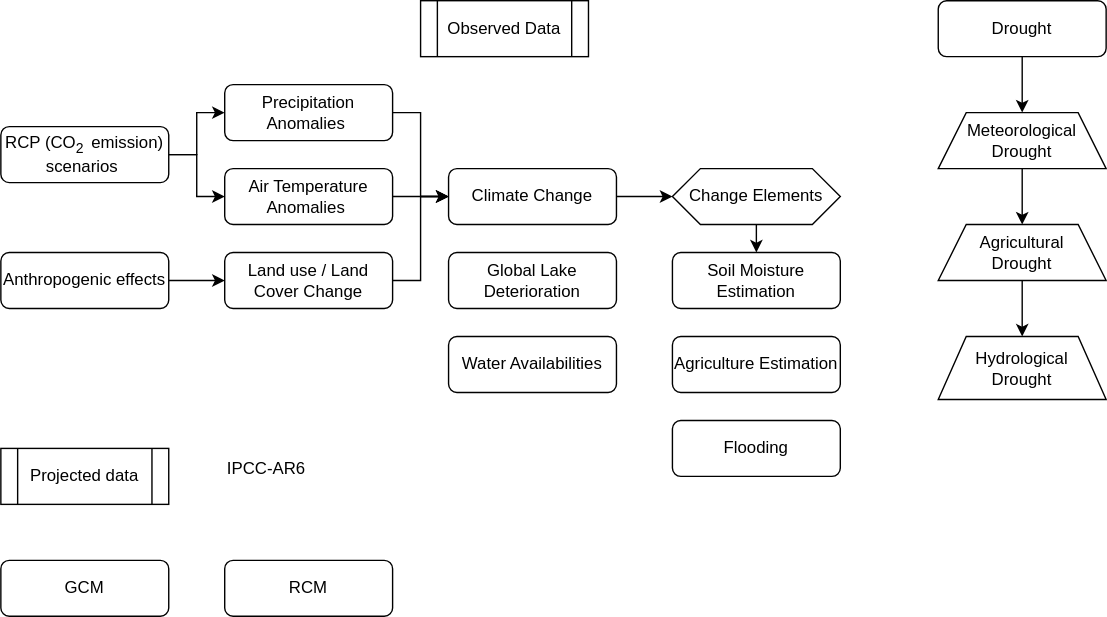
Earlier version of the draw.io export DAMRL.svg (anixn/Diagrams.net). Source tidied: cells renumbered, new cells last; positions are measured from the earlier drawing's top-left corner, leaving out a move shared by most shapes.
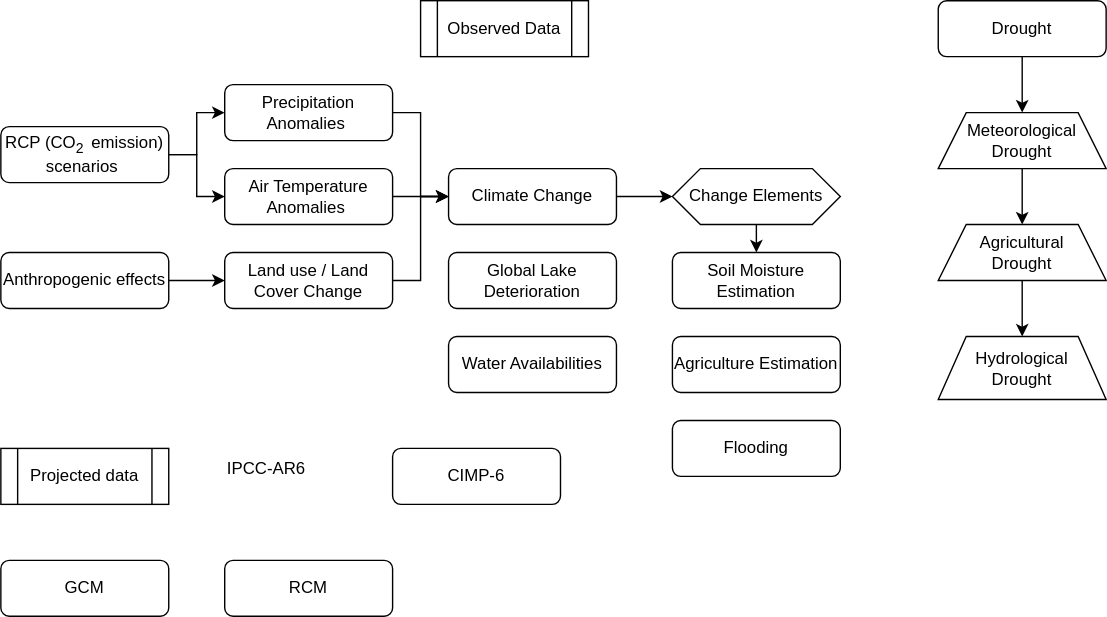
Above is the later version.

Diff of the diagram source:
```diff
@@ -98,5 +98,8 @@
     <mxCell id="33" value="RCM" style="rounded=1;whiteSpace=wrap;html=1;" parent="1" vertex="1">
       <mxGeometry x="160" y="400" width="120" height="40" as="geometry" />
     </mxCell>
+    <mxCell id="34" value="CIMP-6" style="rounded=1;whiteSpace=wrap;html=1;" parent="1" vertex="1">
+      <mxGeometry x="280" y="320" width="120" height="40" as="geometry" />
+    </mxCell>
   </root>
 </mxGraphModel>
```
